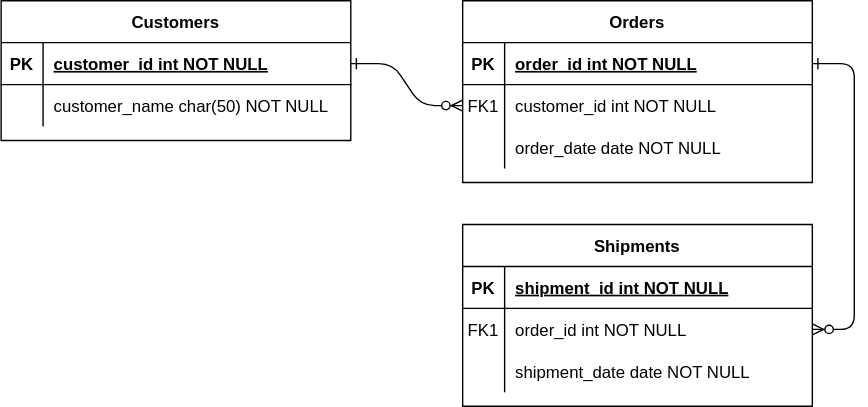
Above: 2/document/project-board-erd.svg in hstla/fc-backend-10 (draw.io), before the change. Source tidied: cells renumbered, new cells last; positions are measured from the earlier drawing's top-left corner, leaving out a move shared by most shapes. Its diagram source:
```xml
<mxGraphModel>
  <root>
    <mxCell id="0" />
    <mxCell id="1" parent="0" />
    <mxCell id="2" style="edgeStyle=entityRelationEdgeStyle;endArrow=ERzeroToMany;startArrow=ERone;endFill=1;startFill=0;" parent="1" edge="1" source="25" target="8">
      <mxGeometry relative="1" as="geometry" />
    </mxCell>
    <mxCell id="3" style="edgeStyle=entityRelationEdgeStyle;endArrow=ERzeroToMany;startArrow=ERone;endFill=1;startFill=0;" parent="1" edge="1" source="5" target="18">
      <mxGeometry relative="1" as="geometry" />
    </mxCell>
    <mxCell id="4" value="Orders" style="shape=table;startSize=30;rowLines=0;fontStyle=1;align=center;" parent="1" vertex="1">
      <mxGeometry x="330" width="250" height="130" as="geometry" />
    </mxCell>
    <mxCell id="5" style="shape=partialRectangle;fillColor=none;points=[[0,0.5],[1,0.5]];portConstraint=eastwest;top=0;left=0;right=0;bottom=1;" parent="4" vertex="1">
      <mxGeometry y="30" width="250" height="30" as="geometry" />
    </mxCell>
    <mxCell id="6" value="PK" style="shape=partialRectangle;overflow=hidden;fillColor=none;top=0;left=0;bottom=0;right=0;fontStyle=1;" parent="5" vertex="1">
      <mxGeometry width="30" height="30" as="geometry" />
    </mxCell>
    <mxCell id="7" value="order_id int NOT NULL " style="shape=partialRectangle;overflow=hidden;fillColor=none;top=0;left=0;bottom=0;right=0;align=left;spacingLeft=6;fontStyle=5;" parent="5" vertex="1">
      <mxGeometry x="30" width="220" height="30" as="geometry" />
    </mxCell>
    <mxCell id="8" style="shape=partialRectangle;fillColor=none;points=[[0,0.5],[1,0.5]];portConstraint=eastwest;top=0;left=0;right=0;bottom=0;" parent="4" vertex="1">
      <mxGeometry y="60" width="250" height="30" as="geometry" />
    </mxCell>
    <mxCell id="9" value="FK1" style="shape=partialRectangle;overflow=hidden;fillColor=none;top=0;left=0;bottom=0;right=0;" parent="8" vertex="1">
      <mxGeometry width="30" height="30" as="geometry" />
    </mxCell>
    <mxCell id="10" value="customer_id int NOT NULL" style="shape=partialRectangle;overflow=hidden;fillColor=none;top=0;left=0;bottom=0;right=0;align=left;spacingLeft=6;" parent="8" vertex="1">
      <mxGeometry x="30" width="220" height="30" as="geometry" />
    </mxCell>
    <mxCell id="11" style="shape=partialRectangle;fillColor=none;top=0;left=0;right=0;bottom=0;" parent="4" vertex="1">
      <mxGeometry y="90" width="250" height="30" as="geometry" />
    </mxCell>
    <mxCell id="12" style="shape=partialRectangle;overflow=hidden;fillColor=none;top=0;left=0;bottom=0;right=0;" parent="11" vertex="1">
      <mxGeometry width="30" height="30" as="geometry" />
    </mxCell>
    <mxCell id="13" value="order_date date NOT NULL" style="shape=partialRectangle;overflow=hidden;fillColor=none;top=0;left=0;bottom=0;right=0;align=left;spacingLeft=6;" parent="11" vertex="1">
      <mxGeometry x="30" width="220" height="30" as="geometry" />
    </mxCell>
    <mxCell id="14" value="Shipments" style="shape=table;startSize=30;rowLines=0;fontStyle=1;align=center;" parent="1" vertex="1">
      <mxGeometry x="330" y="160" width="250" height="130" as="geometry" />
    </mxCell>
    <mxCell id="15" style="shape=partialRectangle;fillColor=none;top=0;left=0;right=0;bottom=1;" parent="14" vertex="1">
      <mxGeometry y="30" width="250" height="30" as="geometry" />
    </mxCell>
    <mxCell id="16" value="PK" style="shape=partialRectangle;overflow=hidden;fillColor=none;top=0;left=0;bottom=0;right=0;fontStyle=1;" parent="15" vertex="1">
      <mxGeometry width="30" height="30" as="geometry" />
    </mxCell>
    <mxCell id="17" value="shipment_id int NOT NULL " style="shape=partialRectangle;overflow=hidden;fillColor=none;top=0;left=0;bottom=0;right=0;align=left;spacingLeft=6;fontStyle=5;" parent="15" vertex="1">
      <mxGeometry x="30" width="220" height="30" as="geometry" />
    </mxCell>
    <mxCell id="18" style="shape=partialRectangle;fillColor=none;points=[[0,0.5],[1,0.5]];portConstraint=eastwest;top=0;left=0;right=0;bottom=0;" parent="14" vertex="1">
      <mxGeometry y="60" width="250" height="30" as="geometry" />
    </mxCell>
    <mxCell id="19" value="FK1" style="shape=partialRectangle;overflow=hidden;fillColor=none;top=0;left=0;bottom=0;right=0;" parent="18" vertex="1">
      <mxGeometry width="30" height="30" as="geometry" />
    </mxCell>
    <mxCell id="20" value="order_id int NOT NULL" style="shape=partialRectangle;overflow=hidden;fillColor=none;top=0;left=0;bottom=0;right=0;align=left;spacingLeft=6;" parent="18" vertex="1">
      <mxGeometry x="30" width="220" height="30" as="geometry" />
    </mxCell>
    <mxCell id="21" style="shape=partialRectangle;fillColor=none;top=0;left=0;right=0;bottom=0;" parent="14" vertex="1">
      <mxGeometry y="90" width="250" height="30" as="geometry" />
    </mxCell>
    <mxCell id="22" style="shape=partialRectangle;overflow=hidden;fillColor=none;top=0;left=0;bottom=0;right=0;" parent="21" vertex="1">
      <mxGeometry width="30" height="30" as="geometry" />
    </mxCell>
    <mxCell id="23" value="shipment_date date NOT NULL" style="shape=partialRectangle;overflow=hidden;fillColor=none;top=0;left=0;bottom=0;right=0;align=left;spacingLeft=6;" parent="21" vertex="1">
      <mxGeometry x="30" width="220" height="30" as="geometry" />
    </mxCell>
    <mxCell id="24" value="Customers" style="shape=table;startSize=30;rowLines=0;fontStyle=1;align=center;" parent="1" vertex="1">
      <mxGeometry width="250" height="100" as="geometry" />
    </mxCell>
    <mxCell id="25" style="shape=partialRectangle;fillColor=none;points=[[0,0.5],[1,0.5]];portConstraint=eastwest;top=0;left=0;right=0;bottom=1;" parent="24" vertex="1">
      <mxGeometry y="30" width="250" height="30" as="geometry" />
    </mxCell>
    <mxCell id="26" value="PK" style="shape=partialRectangle;overflow=hidden;fillColor=none;top=0;left=0;bottom=0;right=0;fontStyle=1;" parent="25" vertex="1">
      <mxGeometry width="30" height="30" as="geometry" />
    </mxCell>
    <mxCell id="27" value="customer_id int NOT NULL " style="shape=partialRectangle;overflow=hidden;fillColor=none;top=0;left=0;bottom=0;right=0;align=left;spacingLeft=6;fontStyle=5;" parent="25" vertex="1">
      <mxGeometry x="30" width="220" height="30" as="geometry" />
    </mxCell>
    <mxCell id="28" style="shape=partialRectangle;fillColor=none;top=0;left=0;right=0;bottom=0;" parent="24" vertex="1">
      <mxGeometry y="60" width="250" height="30" as="geometry" />
    </mxCell>
    <mxCell id="29" style="shape=partialRectangle;overflow=hidden;fillColor=none;top=0;left=0;bottom=0;right=0;" parent="28" vertex="1">
      <mxGeometry width="30" height="30" as="geometry" />
    </mxCell>
    <mxCell id="30" value="customer_name char(50) NOT NULL" style="shape=partialRectangle;overflow=hidden;fillColor=none;top=0;left=0;bottom=0;right=0;align=left;spacingLeft=6;" parent="28" vertex="1">
      <mxGeometry x="30" width="220" height="30" as="geometry" />
    </mxCell>
  </root>
</mxGraphModel>
```
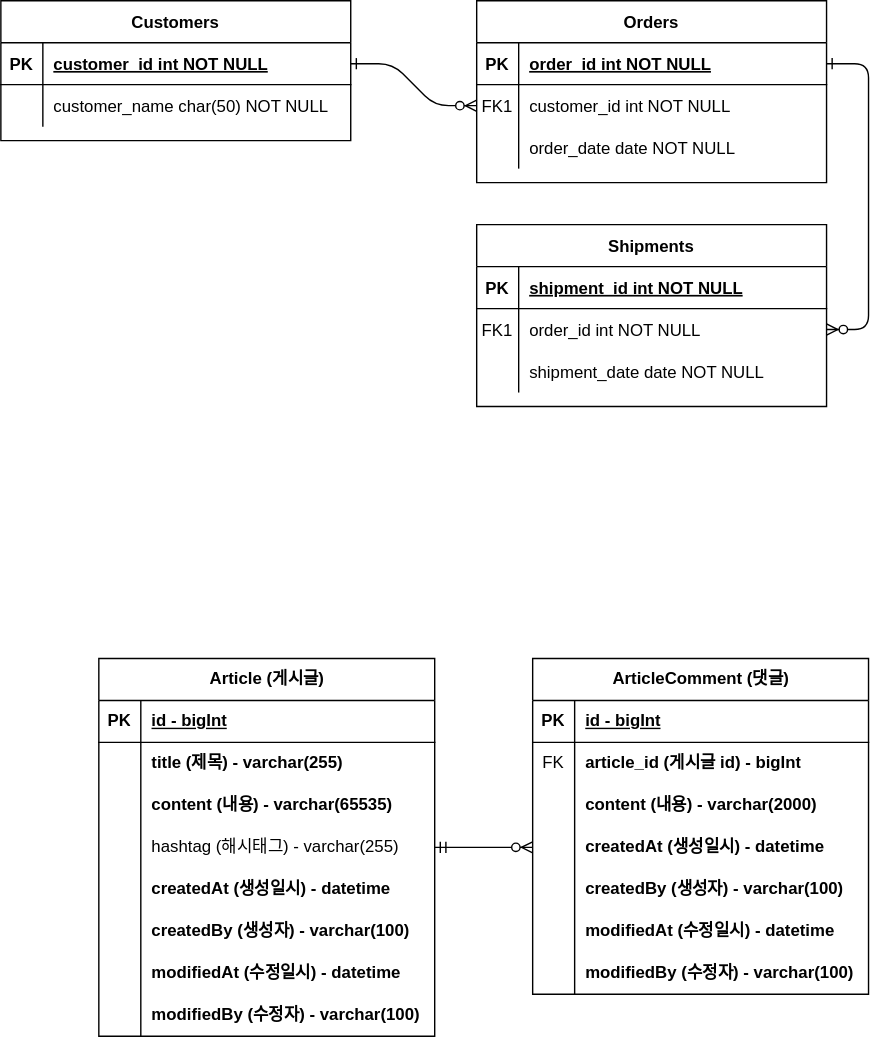
The same diagram one commit later.

Change to the diagram source:
```diff
@@ -69,7 +69,7 @@
       <mxGeometry x="30" width="220" height="30" as="geometry" />
     </mxCell>
     <mxCell id="24" value="Customers" style="shape=table;startSize=30;rowLines=0;fontStyle=1;align=center;" parent="1" vertex="1">
-      <mxGeometry width="250" height="100" as="geometry" />
+      <mxGeometry x="-10" width="250" height="100" as="geometry" />
     </mxCell>
     <mxCell id="25" style="shape=partialRectangle;fillColor=none;points=[[0,0.5],[1,0.5]];portConstraint=eastwest;top=0;left=0;right=0;bottom=1;" parent="24" vertex="1">
       <mxGeometry y="30" width="250" height="30" as="geometry" />
@@ -89,5 +89,149 @@
     <mxCell id="30" value="customer_name char(50) NOT NULL" style="shape=partialRectangle;overflow=hidden;fillColor=none;top=0;left=0;bottom=0;right=0;align=left;spacingLeft=6;" parent="28" vertex="1">
       <mxGeometry x="30" width="220" height="30" as="geometry" />
     </mxCell>
+    <mxCell id="31" value="Article (게시글)" style="shape=table;startSize=30;rowLines=0;fontStyle=1;align=center;html=1;" parent="1" vertex="1">
+      <mxGeometry x="60" y="470" width="240" height="270" as="geometry" />
+    </mxCell>
+    <mxCell id="32" style="shape=tableRow;horizontal=0;startSize=0;swimlaneHead=0;swimlaneBody=0;fillColor=none;top=0;left=0;right=0;bottom=1;" parent="31" vertex="1">
+      <mxGeometry y="30" width="240" height="30" as="geometry" />
+    </mxCell>
+    <mxCell id="33" value="PK" style="shape=partialRectangle;fillColor=none;top=0;left=0;bottom=0;right=0;fontStyle=1;overflow=hidden;whiteSpace=wrap;html=1;" parent="32" vertex="1">
+      <mxGeometry width="30" height="30" as="geometry" />
+    </mxCell>
+    <mxCell id="34" value="id - bigInt" style="shape=partialRectangle;fillColor=none;top=0;left=0;bottom=0;right=0;align=left;spacingLeft=6;fontStyle=5;overflow=hidden;whiteSpace=wrap;html=1;" parent="32" vertex="1">
+      <mxGeometry x="30" width="210" height="30" as="geometry" />
+    </mxCell>
+    <mxCell id="35" style="shape=tableRow;horizontal=0;startSize=0;swimlaneHead=0;swimlaneBody=0;fillColor=none;top=0;left=0;right=0;bottom=0;" parent="31" vertex="1">
+      <mxGeometry y="60" width="240" height="30" as="geometry" />
+    </mxCell>
+    <mxCell id="36" style="shape=partialRectangle;fillColor=none;top=0;left=0;bottom=0;right=0;overflow=hidden;whiteSpace=wrap;html=1;" parent="35" vertex="1">
+      <mxGeometry width="30" height="30" as="geometry" />
+    </mxCell>
+    <mxCell id="37" value="title (제목) - varchar(255)" style="shape=partialRectangle;fillColor=none;top=0;left=0;bottom=0;right=0;align=left;spacingLeft=6;overflow=hidden;whiteSpace=wrap;html=1;fontStyle=1;" parent="35" vertex="1">
+      <mxGeometry x="30" width="210" height="30" as="geometry" />
+    </mxCell>
+    <mxCell id="38" style="shape=tableRow;horizontal=0;startSize=0;swimlaneHead=0;swimlaneBody=0;fillColor=none;top=0;left=0;right=0;bottom=0;" parent="31" vertex="1">
+      <mxGeometry y="90" width="240" height="30" as="geometry" />
+    </mxCell>
+    <mxCell id="39" style="shape=partialRectangle;fillColor=none;top=0;left=0;bottom=0;right=0;overflow=hidden;whiteSpace=wrap;html=1;" parent="38" vertex="1">
+      <mxGeometry width="30" height="30" as="geometry" />
+    </mxCell>
+    <mxCell id="40" value="content (내용) - varchar(65535)" style="shape=partialRectangle;fillColor=none;top=0;left=0;bottom=0;right=0;align=left;spacingLeft=6;overflow=hidden;whiteSpace=wrap;html=1;fontStyle=1;" parent="38" vertex="1">
+      <mxGeometry x="30" width="210" height="30" as="geometry" />
+    </mxCell>
+    <mxCell id="41" style="shape=tableRow;horizontal=0;startSize=0;swimlaneHead=0;swimlaneBody=0;fillColor=none;points=[[0,0.5],[1,0.5]];portConstraint=eastwest;top=0;left=0;right=0;bottom=0;" parent="31" vertex="1">
+      <mxGeometry y="120" width="240" height="30" as="geometry" />
+    </mxCell>
+    <mxCell id="42" style="shape=partialRectangle;fillColor=none;top=0;left=0;bottom=0;right=0;overflow=hidden;whiteSpace=wrap;html=1;" parent="41" vertex="1">
+      <mxGeometry width="30" height="30" as="geometry" />
+    </mxCell>
+    <mxCell id="43" value="hashtag (해시태그) - varchar(255)" style="shape=partialRectangle;fillColor=none;top=0;left=0;bottom=0;right=0;align=left;spacingLeft=6;overflow=hidden;whiteSpace=wrap;html=1;" parent="41" vertex="1">
+      <mxGeometry x="30" width="210" height="30" as="geometry" />
+    </mxCell>
+    <mxCell id="44" style="shape=tableRow;horizontal=0;startSize=0;swimlaneHead=0;swimlaneBody=0;fillColor=none;top=0;left=0;right=0;bottom=0;" parent="31" vertex="1">
+      <mxGeometry y="150" width="240" height="30" as="geometry" />
+    </mxCell>
+    <mxCell id="45" style="shape=partialRectangle;fillColor=none;top=0;left=0;bottom=0;right=0;overflow=hidden;whiteSpace=wrap;html=1;" parent="44" vertex="1">
+      <mxGeometry width="30" height="30" as="geometry" />
+    </mxCell>
+    <mxCell id="46" value="createdAt (생성일시) - datetime" style="shape=partialRectangle;fillColor=none;top=0;left=0;bottom=0;right=0;align=left;spacingLeft=6;overflow=hidden;whiteSpace=wrap;html=1;fontStyle=1;" parent="44" vertex="1">
+      <mxGeometry x="30" width="210" height="30" as="geometry" />
+    </mxCell>
+    <mxCell id="47" style="shape=tableRow;horizontal=0;startSize=0;swimlaneHead=0;swimlaneBody=0;fillColor=none;top=0;left=0;right=0;bottom=0;" parent="31" vertex="1">
+      <mxGeometry y="180" width="240" height="30" as="geometry" />
+    </mxCell>
+    <mxCell id="48" style="shape=partialRectangle;fillColor=none;top=0;left=0;bottom=0;right=0;overflow=hidden;whiteSpace=wrap;html=1;" parent="47" vertex="1">
+      <mxGeometry width="30" height="30" as="geometry" />
+    </mxCell>
+    <mxCell id="49" value="createdBy (생성자) - varchar(100)" style="shape=partialRectangle;fillColor=none;top=0;left=0;bottom=0;right=0;align=left;spacingLeft=6;overflow=hidden;whiteSpace=wrap;html=1;fontStyle=1;" parent="47" vertex="1">
+      <mxGeometry x="30" width="210" height="30" as="geometry" />
+    </mxCell>
+    <mxCell id="50" style="shape=tableRow;horizontal=0;startSize=0;swimlaneHead=0;swimlaneBody=0;fillColor=none;top=0;left=0;right=0;bottom=0;" parent="31" vertex="1">
+      <mxGeometry y="210" width="240" height="30" as="geometry" />
+    </mxCell>
+    <mxCell id="51" style="shape=partialRectangle;fillColor=none;top=0;left=0;bottom=0;right=0;overflow=hidden;whiteSpace=wrap;html=1;" parent="50" vertex="1">
+      <mxGeometry width="30" height="30" as="geometry" />
+    </mxCell>
+    <mxCell id="52" value="modifiedAt (수정일시) - datetime" style="shape=partialRectangle;fillColor=none;top=0;left=0;bottom=0;right=0;align=left;spacingLeft=6;overflow=hidden;whiteSpace=wrap;html=1;fontStyle=1;" parent="50" vertex="1">
+      <mxGeometry x="30" width="210" height="30" as="geometry" />
+    </mxCell>
+    <mxCell id="53" style="shape=tableRow;horizontal=0;startSize=0;swimlaneHead=0;swimlaneBody=0;fillColor=none;top=0;left=0;right=0;bottom=0;" parent="31" vertex="1">
+      <mxGeometry y="240" width="240" height="30" as="geometry" />
+    </mxCell>
+    <mxCell id="54" style="shape=partialRectangle;fillColor=none;top=0;left=0;bottom=0;right=0;overflow=hidden;whiteSpace=wrap;html=1;" parent="53" vertex="1">
+      <mxGeometry width="30" height="30" as="geometry" />
+    </mxCell>
+    <mxCell id="55" value="modifiedBy (수정자) - varchar(100)" style="shape=partialRectangle;fillColor=none;top=0;left=0;bottom=0;right=0;align=left;spacingLeft=6;overflow=hidden;whiteSpace=wrap;html=1;fontStyle=1;" parent="53" vertex="1">
+      <mxGeometry x="30" width="210" height="30" as="geometry" />
+    </mxCell>
+    <mxCell id="56" value="ArticleComment (댓글)" style="shape=table;startSize=30;rowLines=0;fontStyle=1;align=center;html=1;" parent="1" vertex="1">
+      <mxGeometry x="370" y="470" width="240" height="240" as="geometry" />
+    </mxCell>
+    <mxCell id="57" style="shape=tableRow;horizontal=0;startSize=0;swimlaneHead=0;swimlaneBody=0;fillColor=none;top=0;left=0;right=0;bottom=1;" parent="56" vertex="1">
+      <mxGeometry y="30" width="240" height="30" as="geometry" />
+    </mxCell>
+    <mxCell id="58" value="PK" style="shape=partialRectangle;fillColor=none;top=0;left=0;bottom=0;right=0;fontStyle=1;overflow=hidden;whiteSpace=wrap;html=1;" parent="57" vertex="1">
+      <mxGeometry width="30" height="30" as="geometry" />
+    </mxCell>
+    <mxCell id="59" value="id - bigInt" style="shape=partialRectangle;fillColor=none;top=0;left=0;bottom=0;right=0;align=left;spacingLeft=6;fontStyle=5;overflow=hidden;whiteSpace=wrap;html=1;" parent="57" vertex="1">
+      <mxGeometry x="30" width="210" height="30" as="geometry" />
+    </mxCell>
+    <mxCell id="60" style="shape=tableRow;horizontal=0;startSize=0;swimlaneHead=0;swimlaneBody=0;fillColor=none;top=0;left=0;right=0;bottom=0;" parent="56" vertex="1">
+      <mxGeometry y="60" width="240" height="30" as="geometry" />
+    </mxCell>
+    <mxCell id="61" value="FK" style="shape=partialRectangle;fillColor=none;top=0;left=0;bottom=0;right=0;overflow=hidden;whiteSpace=wrap;html=1;" parent="60" vertex="1">
+      <mxGeometry width="30" height="30" as="geometry" />
+    </mxCell>
+    <mxCell id="62" value="article_id (게시글 id) - bigInt" style="shape=partialRectangle;fillColor=none;top=0;left=0;bottom=0;right=0;align=left;spacingLeft=6;overflow=hidden;whiteSpace=wrap;html=1;fontStyle=1;" parent="60" vertex="1">
+      <mxGeometry x="30" width="210" height="30" as="geometry" />
+    </mxCell>
+    <mxCell id="63" style="shape=tableRow;horizontal=0;startSize=0;swimlaneHead=0;swimlaneBody=0;fillColor=none;top=0;left=0;right=0;bottom=0;" parent="56" vertex="1">
+      <mxGeometry y="90" width="240" height="30" as="geometry" />
+    </mxCell>
+    <mxCell id="64" style="shape=partialRectangle;fillColor=none;top=0;left=0;bottom=0;right=0;overflow=hidden;whiteSpace=wrap;html=1;" parent="63" vertex="1">
+      <mxGeometry width="30" height="30" as="geometry" />
+    </mxCell>
+    <mxCell id="65" value="content (내용) - varchar(2000)" style="shape=partialRectangle;fillColor=none;top=0;left=0;bottom=0;right=0;align=left;spacingLeft=6;overflow=hidden;whiteSpace=wrap;html=1;fontStyle=1;" parent="63" vertex="1">
+      <mxGeometry x="30" width="210" height="30" as="geometry" />
+    </mxCell>
+    <mxCell id="66" style="shape=tableRow;horizontal=0;startSize=0;swimlaneHead=0;swimlaneBody=0;fillColor=none;points=[[0,0.5],[1,0.5]];portConstraint=eastwest;top=0;left=0;right=0;bottom=0;" parent="56" vertex="1">
+      <mxGeometry y="120" width="240" height="30" as="geometry" />
+    </mxCell>
+    <mxCell id="67" style="shape=partialRectangle;fillColor=none;top=0;left=0;bottom=0;right=0;overflow=hidden;whiteSpace=wrap;html=1;" parent="66" vertex="1">
+      <mxGeometry width="30" height="30" as="geometry" />
+    </mxCell>
+    <mxCell id="68" value="createdAt (생성일시) - datetime" style="shape=partialRectangle;fillColor=none;top=0;left=0;bottom=0;right=0;align=left;spacingLeft=6;overflow=hidden;whiteSpace=wrap;html=1;fontStyle=1;" parent="66" vertex="1">
+      <mxGeometry x="30" width="210" height="30" as="geometry" />
+    </mxCell>
+    <mxCell id="69" style="shape=tableRow;horizontal=0;startSize=0;swimlaneHead=0;swimlaneBody=0;fillColor=none;top=0;left=0;right=0;bottom=0;" parent="56" vertex="1">
+      <mxGeometry y="150" width="240" height="30" as="geometry" />
+    </mxCell>
+    <mxCell id="70" style="shape=partialRectangle;fillColor=none;top=0;left=0;bottom=0;right=0;overflow=hidden;whiteSpace=wrap;html=1;" parent="69" vertex="1">
+      <mxGeometry width="30" height="30" as="geometry" />
+    </mxCell>
+    <mxCell id="71" value="createdBy (생성자) - varchar(100)" style="shape=partialRectangle;fillColor=none;top=0;left=0;bottom=0;right=0;align=left;spacingLeft=6;overflow=hidden;whiteSpace=wrap;html=1;fontStyle=1;" parent="69" vertex="1">
+      <mxGeometry x="30" width="210" height="30" as="geometry" />
+    </mxCell>
+    <mxCell id="72" style="shape=tableRow;horizontal=0;startSize=0;swimlaneHead=0;swimlaneBody=0;fillColor=none;top=0;left=0;right=0;bottom=0;" parent="56" vertex="1">
+      <mxGeometry y="180" width="240" height="30" as="geometry" />
+    </mxCell>
+    <mxCell id="73" style="shape=partialRectangle;fillColor=none;top=0;left=0;bottom=0;right=0;overflow=hidden;whiteSpace=wrap;html=1;" parent="72" vertex="1">
+      <mxGeometry width="30" height="30" as="geometry" />
+    </mxCell>
+    <mxCell id="74" value="modifiedAt (수정일시) - datetime" style="shape=partialRectangle;fillColor=none;top=0;left=0;bottom=0;right=0;align=left;spacingLeft=6;overflow=hidden;whiteSpace=wrap;html=1;fontStyle=1;" parent="72" vertex="1">
+      <mxGeometry x="30" width="210" height="30" as="geometry" />
+    </mxCell>
+    <mxCell id="75" style="shape=tableRow;horizontal=0;startSize=0;swimlaneHead=0;swimlaneBody=0;fillColor=none;top=0;left=0;right=0;bottom=0;" parent="56" vertex="1">
+      <mxGeometry y="210" width="240" height="30" as="geometry" />
+    </mxCell>
+    <mxCell id="76" style="shape=partialRectangle;fillColor=none;top=0;left=0;bottom=0;right=0;overflow=hidden;whiteSpace=wrap;html=1;" parent="75" vertex="1">
+      <mxGeometry width="30" height="30" as="geometry" />
+    </mxCell>
+    <mxCell id="77" value="modifiedBy (수정자) - varchar(100)" style="shape=partialRectangle;fillColor=none;top=0;left=0;bottom=0;right=0;align=left;spacingLeft=6;overflow=hidden;whiteSpace=wrap;html=1;fontStyle=1;" parent="75" vertex="1">
+      <mxGeometry x="30" width="210" height="30" as="geometry" />
+    </mxCell>
+    <mxCell id="78" style="edgeStyle=entityRelationEdgeStyle;fontSize=12;html=1;endArrow=ERzeroToMany;startArrow=ERmandOne;rounded=0;exitX=1;exitY=0.5;exitDx=0;exitDy=0;entryX=0;entryY=0.5;entryDx=0;entryDy=0;" parent="1" edge="1" source="41" target="66">
+      <mxGeometry relative="1" as="geometry" />
+    </mxCell>
   </root>
 </mxGraphModel>
```
